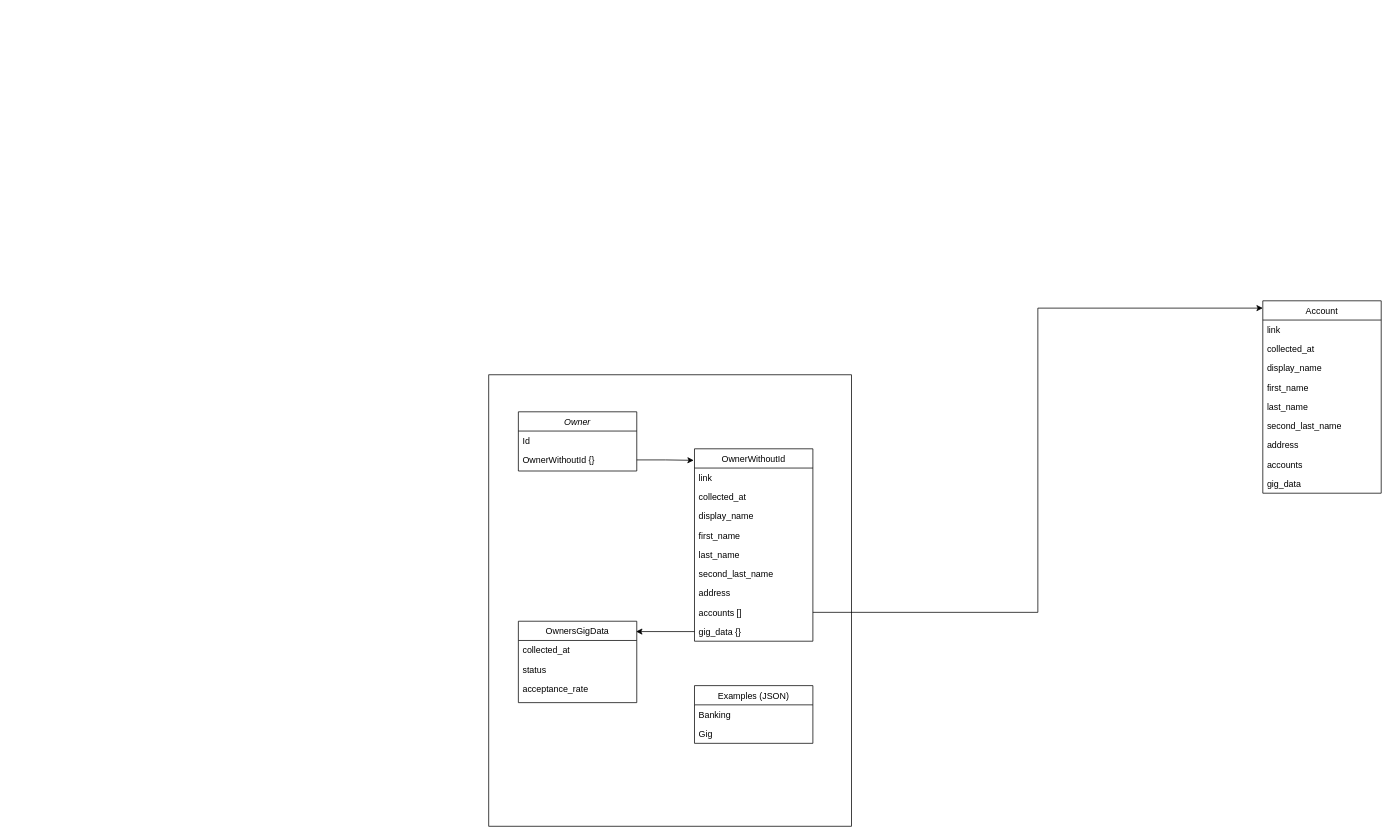
Before: Untitled Diagram.drawio in dom-techwriter/diagrams, a draw.io diagram. Source tidied: cells renumbered, new cells numbered last; positions are measured from the earlier drawing's top-left corner, leaving out a move shared by most shapes. Both pictures are drawn from the tidied source at 74%, with x=0, y=0 at pixel (488, 300).
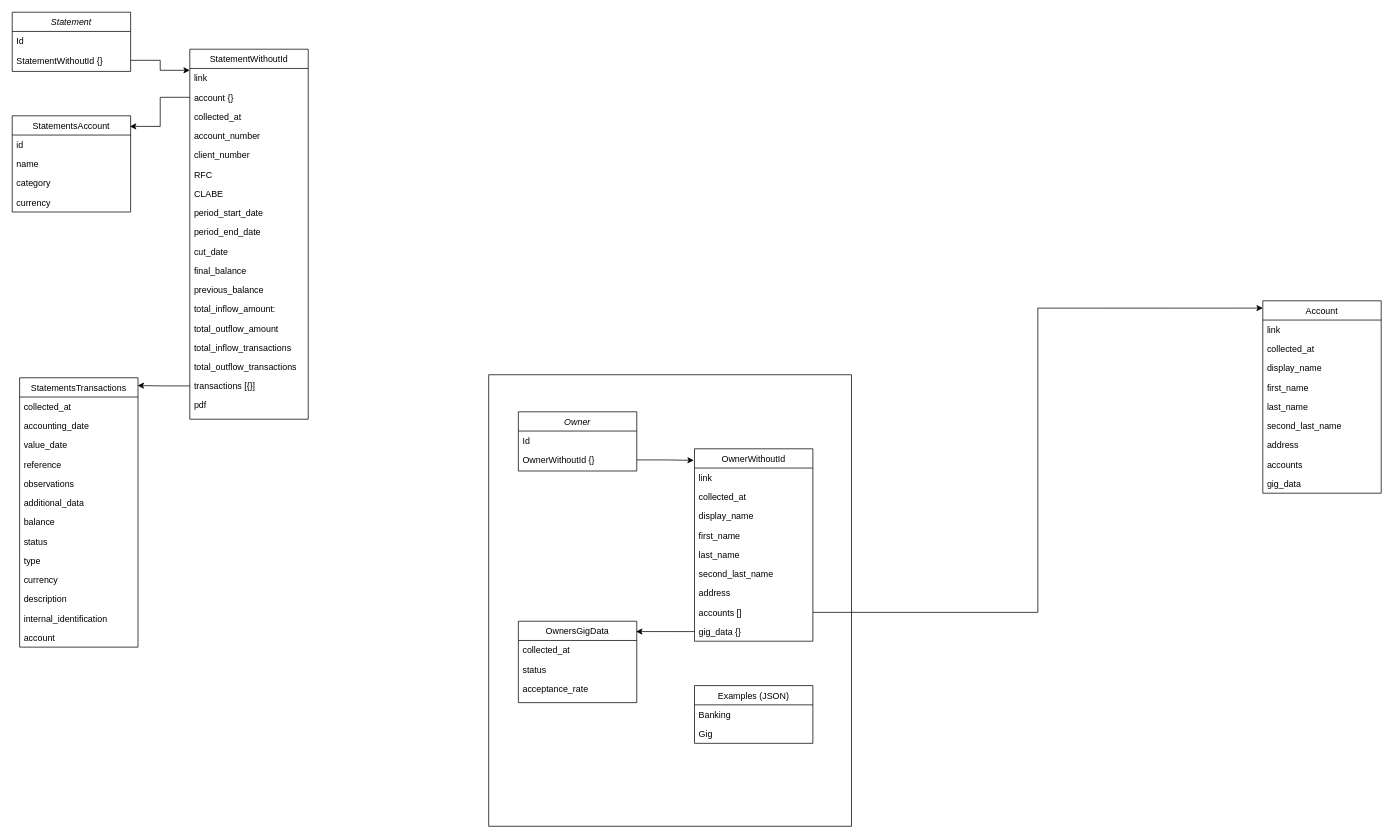
The same page after the edit.

Commit message:
added statements schema

Diff of the diagram source:
```diff
@@
+    <mxCell id="36" value="Statement" style="swimlane;fontStyle=2;align=center;verticalAlign=top;horizontal=1;startSize=26;rounded=0;shadow=0;strokeWidth=1;" parent="1" vertex="1">
+      <mxGeometry x="-644" y="-390" width="160" height="80" as="geometry" />
+    </mxCell>
+    <mxCell id="37" value="Id" style="text;align=left;verticalAlign=top;spacingLeft=4;spacingRight=4;overflow=hidden;" parent="36" vertex="1">
+      <mxGeometry y="26" width="160" height="26" as="geometry" />
+    </mxCell>
+    <mxCell id="38" value="StatementWithoutId {}" style="text;align=left;verticalAlign=top;spacingLeft=4;spacingRight=4;overflow=hidden;points=[[0,0.5],[1,0.5]];portConstraint=eastwest;rounded=0;shadow=0;html=0;" parent="36" vertex="1">
+      <mxGeometry y="52" width="160" height="26" as="geometry" />
+    </mxCell>
+    <mxCell id="39" value="StatementWithoutId" style="swimlane;fontStyle=0;align=center;verticalAlign=top;horizontal=1;startSize=26;rounded=0;shadow=0;strokeWidth=1;" parent="1" vertex="1">
+      <mxGeometry x="-404" y="-340" width="160" height="500" as="geometry" />
+    </mxCell>
+    <mxCell id="40" value="link" style="text;align=left;verticalAlign=top;spacingLeft=4;spacingRight=4;overflow=hidden;" parent="39" vertex="1">
+      <mxGeometry y="26" width="160" height="26" as="geometry" />
+    </mxCell>
+    <mxCell id="41" value="account {}" style="text;align=left;verticalAlign=top;spacingLeft=4;spacingRight=4;overflow=hidden;points=[[0,0.5],[1,0.5]];portConstraint=eastwest;rounded=0;shadow=0;html=0;" parent="39" vertex="1">
+      <mxGeometry y="52" width="160" height="26" as="geometry" />
+    </mxCell>
+    <mxCell id="42" value="collected_at" style="text;align=left;verticalAlign=top;spacingLeft=4;spacingRight=4;overflow=hidden;rounded=0;shadow=0;html=0;" parent="39" vertex="1">
+      <mxGeometry y="78" width="160" height="26" as="geometry" />
+    </mxCell>
+    <mxCell id="43" value="account_number" style="text;align=left;verticalAlign=top;spacingLeft=4;spacingRight=4;overflow=hidden;rounded=0;shadow=0;html=0;" parent="39" vertex="1">
+      <mxGeometry y="104" width="160" height="26" as="geometry" />
+    </mxCell>
+    <mxCell id="44" value="client_number" style="text;align=left;verticalAlign=top;spacingLeft=4;spacingRight=4;overflow=hidden;rounded=0;shadow=0;html=0;" parent="39" vertex="1">
+      <mxGeometry y="130" width="160" height="26" as="geometry" />
+    </mxCell>
+    <mxCell id="45" value="RFC" style="text;align=left;verticalAlign=top;spacingLeft=4;spacingRight=4;overflow=hidden;" parent="39" vertex="1">
+      <mxGeometry y="156" width="160" height="26" as="geometry" />
+    </mxCell>
+    <mxCell id="46" value="CLABE" style="text;align=left;verticalAlign=top;spacingLeft=4;spacingRight=4;overflow=hidden;" parent="39" vertex="1">
+      <mxGeometry y="182" width="160" height="26" as="geometry" />
+    </mxCell>
+    <mxCell id="47" value="period_start_date" style="text;align=left;verticalAlign=top;spacingLeft=4;spacingRight=4;overflow=hidden;" parent="39" vertex="1">
+      <mxGeometry y="208" width="160" height="26" as="geometry" />
+    </mxCell>
+    <mxCell id="48" value="period_end_date" style="text;align=left;verticalAlign=top;spacingLeft=4;spacingRight=4;overflow=hidden;" parent="39" vertex="1">
+      <mxGeometry y="234" width="160" height="26" as="geometry" />
+    </mxCell>
+    <mxCell id="49" value="cut_date" style="text;align=left;verticalAlign=top;spacingLeft=4;spacingRight=4;overflow=hidden;" parent="39" vertex="1">
+      <mxGeometry y="260" width="160" height="26" as="geometry" />
+    </mxCell>
+    <mxCell id="50" value="final_balance" style="text;align=left;verticalAlign=top;spacingLeft=4;spacingRight=4;overflow=hidden;" parent="39" vertex="1">
+      <mxGeometry y="286" width="160" height="26" as="geometry" />
+    </mxCell>
+    <mxCell id="51" value="previous_balance" style="text;align=left;verticalAlign=top;spacingLeft=4;spacingRight=4;overflow=hidden;" parent="39" vertex="1">
+      <mxGeometry y="312" width="160" height="26" as="geometry" />
+    </mxCell>
+    <mxCell id="52" value="total_inflow_amount:&#10;" style="text;align=left;verticalAlign=top;spacingLeft=4;spacingRight=4;overflow=hidden;" parent="39" vertex="1">
+      <mxGeometry y="338" width="160" height="26" as="geometry" />
+    </mxCell>
+    <mxCell id="53" value="total_outflow_amount" style="text;align=left;verticalAlign=top;spacingLeft=4;spacingRight=4;overflow=hidden;" parent="39" vertex="1">
+      <mxGeometry y="364" width="160" height="26" as="geometry" />
+    </mxCell>
+    <mxCell id="54" value="total_inflow_transactions" style="text;align=left;verticalAlign=top;spacingLeft=4;spacingRight=4;overflow=hidden;" parent="39" vertex="1">
+      <mxGeometry y="390" width="160" height="26" as="geometry" />
+    </mxCell>
+    <mxCell id="55" value="total_outflow_transactions" style="text;align=left;verticalAlign=top;spacingLeft=4;spacingRight=4;overflow=hidden;" parent="39" vertex="1">
+      <mxGeometry y="416" width="160" height="26" as="geometry" />
+    </mxCell>
+    <mxCell id="56" value="transactions [{}]" style="text;align=left;verticalAlign=top;spacingLeft=4;spacingRight=4;overflow=hidden;points=[[0,0.5],[1,0.5]];portConstraint=eastwest;" parent="39" vertex="1">
+      <mxGeometry y="442" width="160" height="26" as="geometry" />
+    </mxCell>
+    <mxCell id="57" value="pdf" style="text;align=left;verticalAlign=top;spacingLeft=4;spacingRight=4;overflow=hidden;" parent="39" vertex="1">
+      <mxGeometry y="468" width="160" height="26" as="geometry" />
+    </mxCell>
+    <mxCell id="58" value="StatementsAccount" style="swimlane;fontStyle=0;align=center;verticalAlign=top;horizontal=1;startSize=26;rounded=0;shadow=0;strokeWidth=1;" parent="1" vertex="1">
+      <mxGeometry x="-644" y="-250" width="160" height="130" as="geometry" />
+    </mxCell>
+    <mxCell id="59" value="id" style="text;align=left;verticalAlign=top;spacingLeft=4;spacingRight=4;overflow=hidden;" parent="58" vertex="1">
+      <mxGeometry y="26" width="160" height="26" as="geometry" />
+    </mxCell>
+    <mxCell id="60" value="name" style="text;align=left;verticalAlign=top;spacingLeft=4;spacingRight=4;overflow=hidden;rounded=0;shadow=0;html=0;" parent="58" vertex="1">
+      <mxGeometry y="52" width="160" height="26" as="geometry" />
+    </mxCell>
+    <mxCell id="61" value="category" style="text;align=left;verticalAlign=top;spacingLeft=4;spacingRight=4;overflow=hidden;rounded=0;shadow=0;html=0;" parent="58" vertex="1">
+      <mxGeometry y="78" width="160" height="26" as="geometry" />
+    </mxCell>
+    <mxCell id="62" value="currency" style="text;align=left;verticalAlign=top;spacingLeft=4;spacingRight=4;overflow=hidden;rounded=0;shadow=0;html=0;" parent="58" vertex="1">
+      <mxGeometry y="104" width="160" height="26" as="geometry" />
+    </mxCell>
+    <mxCell id="63" style="edgeStyle=orthogonalEdgeStyle;rounded=0;jettySize=auto;html=1;exitX=0;exitY=0.5;exitDx=0;exitDy=0;entryX=0.994;entryY=0.11;entryDx=0;entryDy=0;entryPerimeter=0;" parent="1" edge="1" source="41" target="58">
+      <mxGeometry relative="1" as="geometry" />
+    </mxCell>
+    <mxCell id="64" style="edgeStyle=orthogonalEdgeStyle;rounded=0;jettySize=auto;html=1;exitX=1;exitY=0.5;exitDx=0;exitDy=0;entryX=0;entryY=0.057;entryDx=0;entryDy=0;entryPerimeter=0;" parent="1" edge="1" source="38" target="39">
+      <mxGeometry relative="1" as="geometry" />
+    </mxCell>
+    <mxCell id="65" value="StatementsTransactions" style="swimlane;fontStyle=0;align=center;verticalAlign=top;horizontal=1;startSize=26;rounded=0;shadow=0;strokeWidth=1;" parent="1" vertex="1">
+      <mxGeometry x="-634" y="104" width="160" height="364" as="geometry" />
+    </mxCell>
+    <mxCell id="66" value="collected_at" style="text;align=left;verticalAlign=top;spacingLeft=4;spacingRight=4;overflow=hidden;" parent="65" vertex="1">
+      <mxGeometry y="26" width="160" height="26" as="geometry" />
+    </mxCell>
+    <mxCell id="67" value="accounting_date" style="text;align=left;verticalAlign=top;spacingLeft=4;spacingRight=4;overflow=hidden;rounded=0;shadow=0;html=0;" parent="65" vertex="1">
+      <mxGeometry y="52" width="160" height="26" as="geometry" />
+    </mxCell>
+    <mxCell id="68" value="value_date" style="text;align=left;verticalAlign=top;spacingLeft=4;spacingRight=4;overflow=hidden;rounded=0;shadow=0;html=0;" parent="65" vertex="1">
+      <mxGeometry y="78" width="160" height="26" as="geometry" />
+    </mxCell>
+    <mxCell id="69" value="reference" style="text;align=left;verticalAlign=top;spacingLeft=4;spacingRight=4;overflow=hidden;rounded=0;shadow=0;html=0;" parent="65" vertex="1">
+      <mxGeometry y="104" width="160" height="26" as="geometry" />
+    </mxCell>
+    <mxCell id="70" value="observations" style="text;align=left;verticalAlign=top;spacingLeft=4;spacingRight=4;overflow=hidden;rounded=0;shadow=0;html=0;" parent="65" vertex="1">
+      <mxGeometry y="130" width="160" height="26" as="geometry" />
+    </mxCell>
+    <mxCell id="71" value="additional_data" style="text;align=left;verticalAlign=top;spacingLeft=4;spacingRight=4;overflow=hidden;rounded=0;shadow=0;html=0;" parent="65" vertex="1">
+      <mxGeometry y="156" width="160" height="26" as="geometry" />
+    </mxCell>
+    <mxCell id="72" value="balance" style="text;align=left;verticalAlign=top;spacingLeft=4;spacingRight=4;overflow=hidden;rounded=0;shadow=0;html=0;" parent="65" vertex="1">
+      <mxGeometry y="182" width="160" height="26" as="geometry" />
+    </mxCell>
+    <mxCell id="73" value="status" style="text;align=left;verticalAlign=top;spacingLeft=4;spacingRight=4;overflow=hidden;rounded=0;shadow=0;html=0;" parent="65" vertex="1">
+      <mxGeometry y="208" width="160" height="26" as="geometry" />
+    </mxCell>
+    <mxCell id="74" value="type" style="text;align=left;verticalAlign=top;spacingLeft=4;spacingRight=4;overflow=hidden;rounded=0;shadow=0;html=0;" parent="65" vertex="1">
+      <mxGeometry y="234" width="160" height="26" as="geometry" />
+    </mxCell>
+    <mxCell id="75" value="currency" style="text;align=left;verticalAlign=top;spacingLeft=4;spacingRight=4;overflow=hidden;rounded=0;shadow=0;html=0;" parent="65" vertex="1">
+      <mxGeometry y="260" width="160" height="26" as="geometry" />
+    </mxCell>
+    <mxCell id="76" value="description" style="text;align=left;verticalAlign=top;spacingLeft=4;spacingRight=4;overflow=hidden;rounded=0;shadow=0;html=0;" parent="65" vertex="1">
+      <mxGeometry y="286" width="160" height="26" as="geometry" />
+    </mxCell>
+    <mxCell id="77" value="internal_identification" style="text;align=left;verticalAlign=top;spacingLeft=4;spacingRight=4;overflow=hidden;rounded=0;shadow=0;html=0;" parent="65" vertex="1">
+      <mxGeometry y="312" width="160" height="26" as="geometry" />
+    </mxCell>
+    <mxCell id="78" value="account" style="text;align=left;verticalAlign=top;spacingLeft=4;spacingRight=4;overflow=hidden;rounded=0;shadow=0;html=0;" parent="65" vertex="1">
+      <mxGeometry y="338" width="160" height="26" as="geometry" />
+    </mxCell>
+    <mxCell id="79" style="edgeStyle=orthogonalEdgeStyle;rounded=0;jettySize=auto;html=1;exitX=0;exitY=0.5;exitDx=0;exitDy=0;entryX=0.997;entryY=0.029;entryDx=0;entryDy=0;entryPerimeter=0;" parent="1" edge="1" source="56" target="65">
+      <mxGeometry relative="1" as="geometry" />
+    </mxCell>
```
